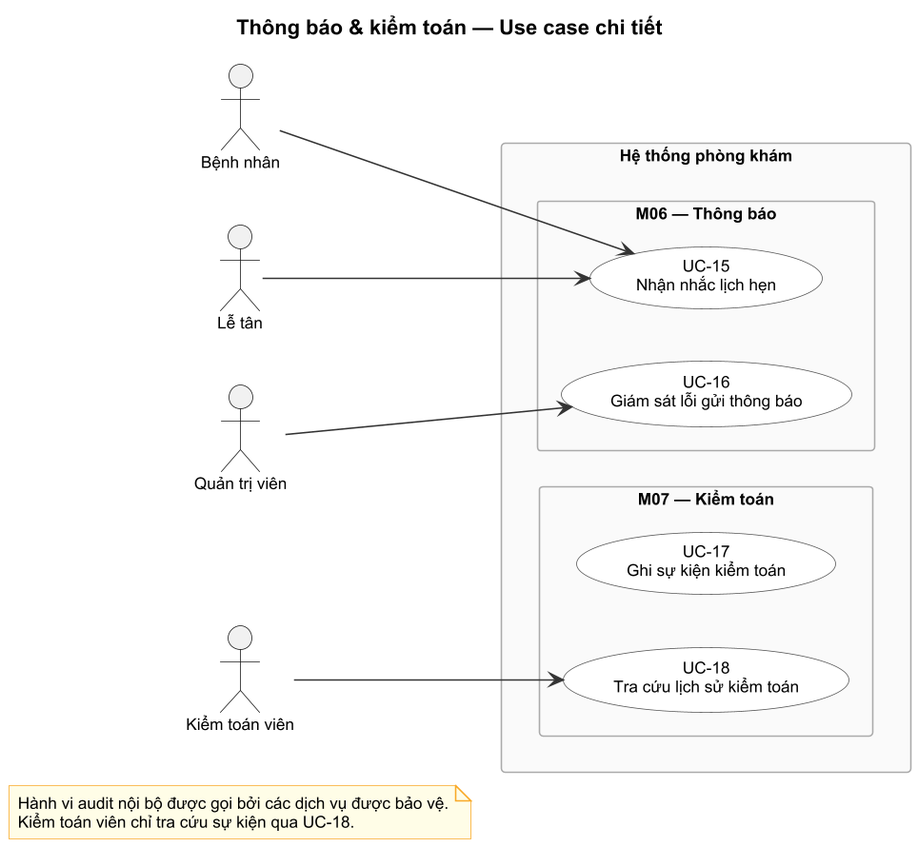
The PlantUML diagram docs/design/use-case/use-case-4.png in Samie32/SE-project, before a commit.
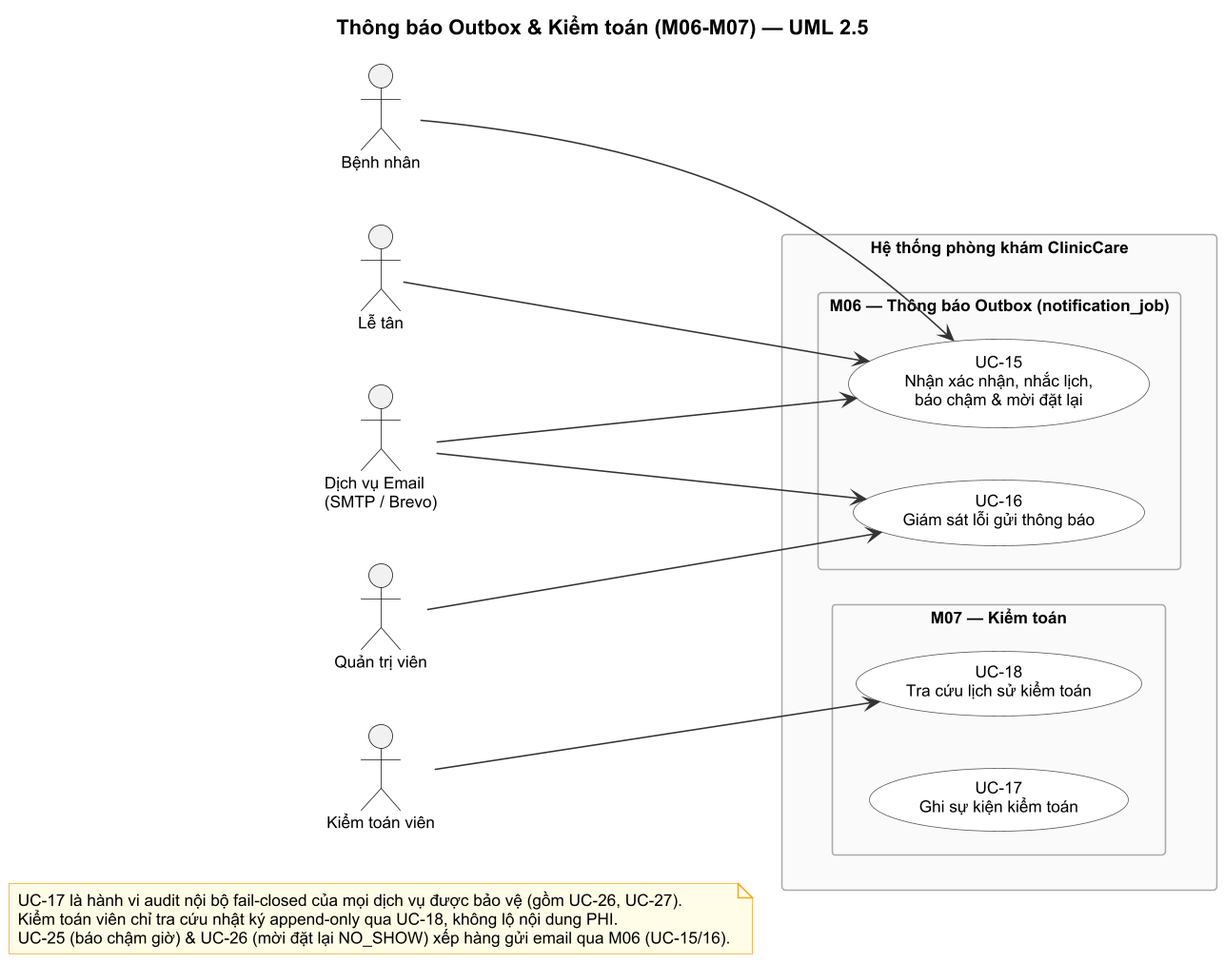
After the change.

What changed in the source:
```diff
@@ -13,11 +13,12 @@
 skinparam defaultFontName Arial
 skinparam defaultFontSize 11
 skinparam dpi 150
-title Thông báo & kiểm toán — Use case chi tiết
+title Thông báo Outbox & Kiểm toán (M06-M07) — UML 2.5
 
 note as N1
-  Hành vi audit nội bộ được gọi bởi các dịch vụ được bảo vệ.
-  Kiểm toán viên chỉ tra cứu sự kiện qua UC-18.
+  UC-17 là hành vi audit nội bộ fail-closed của mọi dịch vụ được bảo vệ (gồm UC-26, UC-27).
+  Kiểm toán viên chỉ tra cứu nhật ký append-only qua UC-18, không lộ nội dung PHI.
+  UC-25 (báo chậm giờ) & UC-26 (mời đặt lại NO_SHOW) xếp hàng gửi email qua M06 (UC-15/16).
 end note
 
 left to right direction
@@ -26,11 +27,12 @@
 actor "Lễ tân" as Receptionist
 actor "Quản trị viên" as Admin
 actor "Kiểm toán viên" as Auditor
+actor "Dịch vụ Email\n(SMTP / Brevo)" as EmailSvc
 
-rectangle "Hệ thống phòng khám" {
+rectangle "Hệ thống phòng khám ClinicCare" {
 
-  package "M06 — Thông báo" {
-    usecase "UC-15\nNhận nhắc lịch hẹn" as UC15
+  package "M06 — Thông báo Outbox (notification_job)" {
+    usecase "UC-15\nNhận xác nhận, nhắc lịch,\nbáo chậm & mời đặt lại" as UC15
     usecase "UC-16\nGiám sát lỗi gửi thông báo" as UC16
   }
 
@@ -44,4 +46,6 @@
 Receptionist --> UC15
 Admin --> UC16
 Auditor --> UC18
+EmailSvc --> UC15
+EmailSvc --> UC16
 @enduml
```
